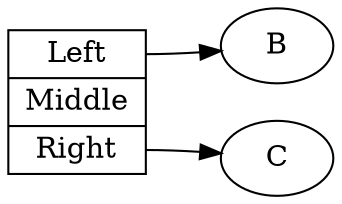
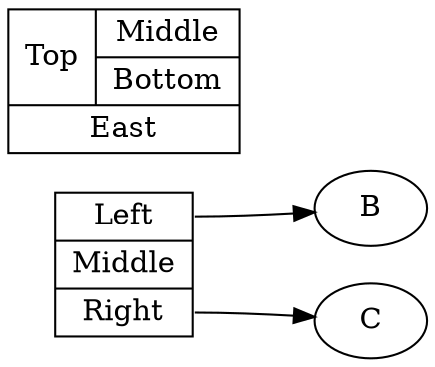
digraph Records {
  rankdir=LR
  a [shape=record, label="<west> Left|Middle|<east> Right"]
  b [label="B"]
  c [label="C"]
+   nested [shape=record, label="{<north> Top|{Middle|<south> Bottom}}|<east> East"]
  a:west -> b
  a:east -> c
}
